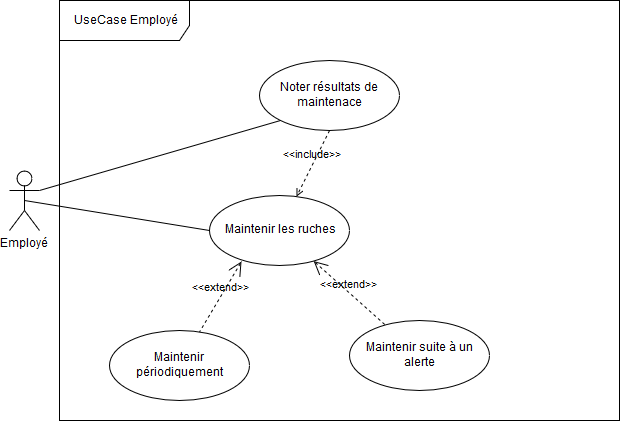
Before: usecase/images/usecase_employe.png, a diagram exported from draw.io (ManDev001/pfe_diagrams). Source tidied: cells renumbered, new cells last; positions are measured from the earlier drawing's top-left corner, leaving out a move shared by most shapes.
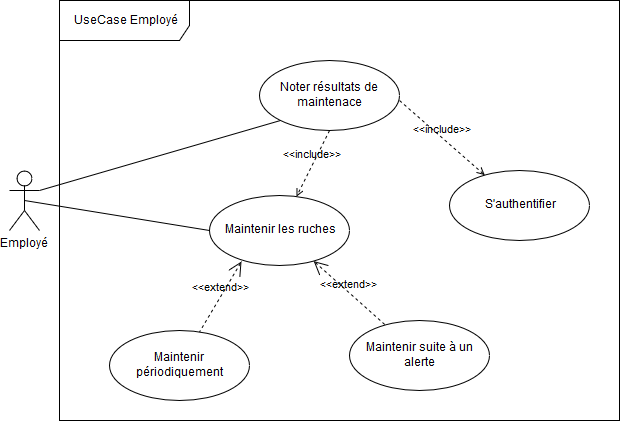
After the commit.

Change to the diagram source:
```diff
@@ -35,5 +35,13 @@
     <mxCell id="12" value="&amp;lt;&amp;lt;include&amp;gt;&amp;gt;" style="edgeStyle=none;html=1;endArrow=open;verticalAlign=bottom;dashed=1;labelBackgroundColor=none;exitX=0.5;exitY=1;exitDx=0;exitDy=0;" parent="1" edge="1" source="11" target="6">
       <mxGeometry relative="1" as="geometry" />
     </mxCell>
+    <mxCell id="13" value="S'authentifier" style="ellipse;whiteSpace=wrap;html=1;" parent="1" vertex="1">
+      <mxGeometry x="440" y="170" width="140" height="70" as="geometry" />
+    </mxCell>
+    <mxCell id="14" value="&amp;lt;&amp;lt;include&amp;gt;&amp;gt;" style="edgeStyle=none;html=1;endArrow=open;verticalAlign=bottom;dashed=1;labelBackgroundColor=none;" parent="1" edge="1" target="13">
+      <mxGeometry relative="1" as="geometry">
+        <mxPoint x="390" y="100" as="sourcePoint" />
+      </mxGeometry>
+    </mxCell>
   </root>
 </mxGraphModel>
```
